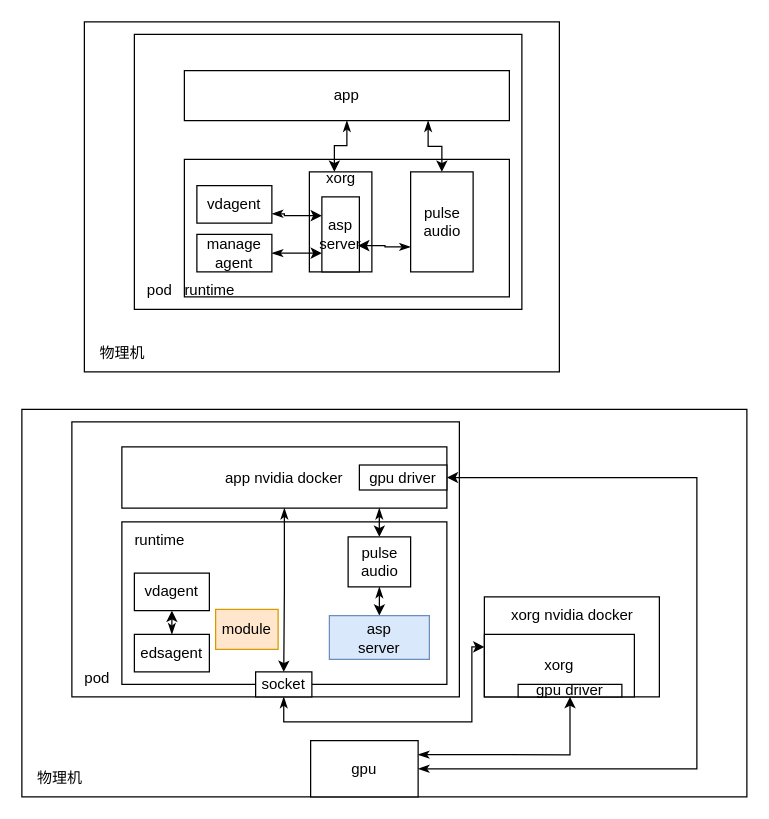
gaojunhao/diagrams keeps this draw.io diagram as page "架构图" (10 of 10) of Untitled Diagram.drawio. Above is the earlier version. Source tidied: cells renumbered, new cells numbered last; positions are measured from the earlier drawing's top-left corner, leaving out a move shared by most shapes. Both pictures are drawn from the tidied source at 125%, with x=0, y=0 at pixel (21, 21).
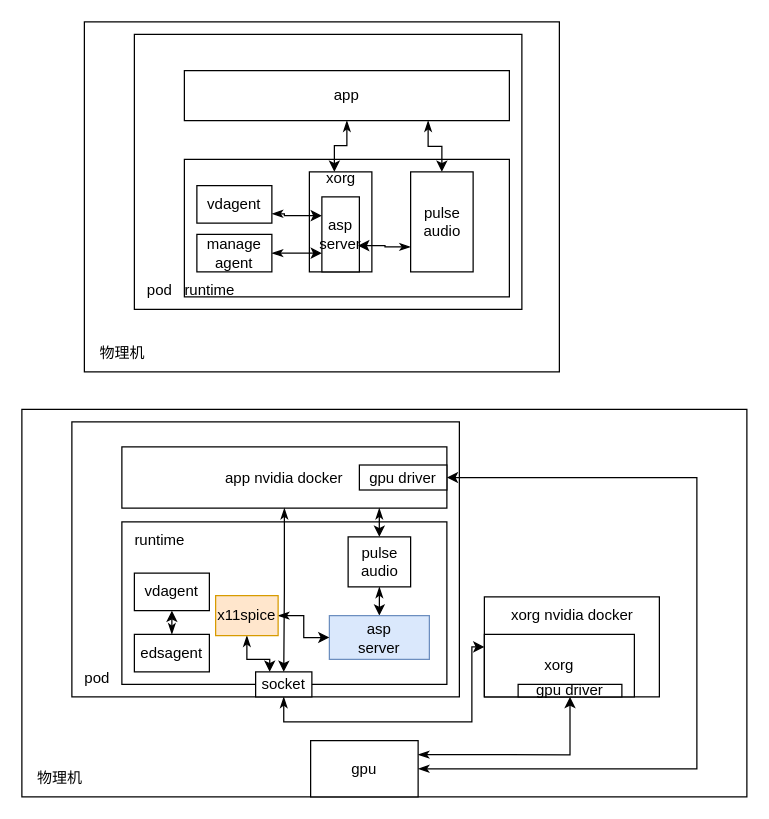
The same page after the edit.

The change refers to these unchanged cells:
```xml
<mxCell id="34" value="socket" style="rounded=0;whiteSpace=wrap;html=1;" parent="1" vertex="1">
  <mxGeometry x="187" y="520" width="45" height="20" as="geometry" />
</mxCell>
<mxCell id="40" value="asp&lt;br&gt;server" style="rounded=0;whiteSpace=wrap;html=1;fillColor=#dae8fc;strokeColor=#6c8ebf;" parent="1" vertex="1">
  <mxGeometry x="246" y="475" width="80" height="35" as="geometry" />
</mxCell>
```

Change to the diagram source:
```diff
@@
+    <mxCell id="48" style="edgeStyle=orthogonalEdgeStyle;rounded=0;jettySize=auto;html=1;exitX=0.5;exitY=1;exitDx=0;exitDy=0;entryX=0.25;entryY=0;entryDx=0;entryDy=0;startArrow=classicThin;startFill=1;" parent="1" edge="1" source="47" target="34">
+      <mxGeometry relative="1" as="geometry">
+        <Array as="points">
+          <mxPoint x="180" y="510" />
+          <mxPoint x="198" y="510" />
+        </Array>
+      </mxGeometry>
+    </mxCell>
+    <mxCell id="49" style="edgeStyle=orthogonalEdgeStyle;rounded=0;jettySize=auto;html=1;exitX=1;exitY=0.5;exitDx=0;exitDy=0;entryX=0;entryY=0.5;entryDx=0;entryDy=0;startArrow=classicThin;startFill=1;" parent="1" edge="1" source="47" target="40">
+      <mxGeometry relative="1" as="geometry" />
+    </mxCell>
-    <mxCell id="47" value="module" style="rounded=0;whiteSpace=wrap;html=1;fillColor=#ffe6cc;strokeColor=#d79b00;" parent="1" vertex="1">
-      <mxGeometry x="155" y="470" width="50" height="32" as="geometry" />
+    <mxCell id="47" value="x11spice" style="rounded=0;whiteSpace=wrap;html=1;fillColor=#ffe6cc;strokeColor=#d79b00;" parent="1" vertex="1">
+      <mxGeometry x="155" y="459" width="50" height="32" as="geometry" />
     </mxCell>
```
